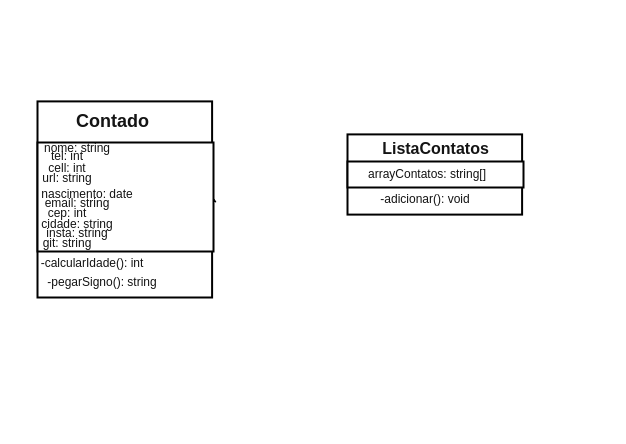
Above: draw.drawio in nathanhalgumacoisa/projetoAgenda (draw.io), before the change. Source tidied: cells renumbered, new cells numbered last; positions are measured from the earlier drawing's top-left corner, leaving out a move shared by most shapes. Both pictures are drawn from the tidied source at 100%, with x=0, y=0 at pixel (17, 17).
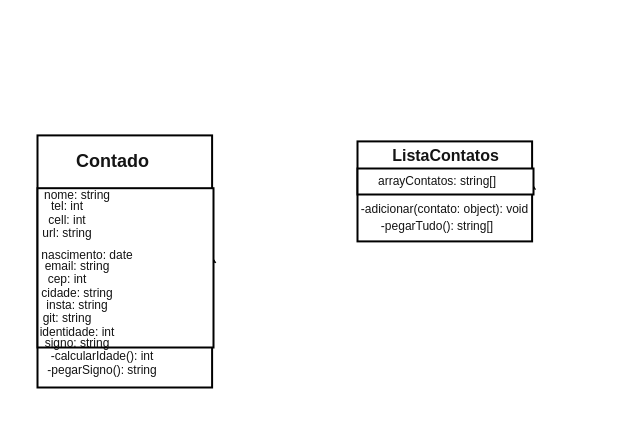
Above is the later version.

The edit, as a diff of the source:
```diff
@@
     <mxCell id="2" style="group;" parent="1" vertex="1">
-      <mxGeometry x="20" width="252" height="280" as="geometry" />
+      <mxGeometry x="20" y="10" width="252" height="400" as="geometry" />
     </mxCell>
     <mxCell id="3" style="edgeStyle=none;html=1;exitX=1;exitY=0.5;exitDx=0;exitDy=0;" parent="2" edge="1" source="4">
       <mxGeometry relative="1" as="geometry">
-        <mxPoint x="173.9" y="177" as="targetPoint" />
+        <mxPoint x="173.9" y="227.5" as="targetPoint" />
       </mxGeometry>
     </mxCell>
     <mxCell id="4" style="rounded=0;whiteSpace=wrap;html=1;fillColor=#FFFFFF;fontColor=#ffffff;strokeColor=#000000;strokeWidth=2;" parent="2" vertex="1">
-      <mxGeometry y="83.9" width="174.6" height="196.1" as="geometry" />
+      <mxGeometry y="107.9" width="174.6" height="252.1" as="geometry" />
     </mxCell>
     <mxCell id="5" style="rounded=0;whiteSpace=wrap;html=1;fillColor=#FFFFFF;fontColor=#ffffff;strokeColor=#000000;strokeWidth=2;" parent="2" vertex="1">
-      <mxGeometry y="125" width="176" height="109" as="geometry" />
+      <mxGeometry y="160.7" width="176" height="159.3" as="geometry" />
     </mxCell>
     <mxCell id="6" value="Contado" style="text;strokeColor=none;fillColor=none;html=1;fontSize=18;fontStyle=1;verticalAlign=middle;align=center;fontColor=#141414;" parent="2" vertex="1">
-      <mxGeometry x="20" y="83.9" width="110" height="41" as="geometry" />
+      <mxGeometry x="20" y="107.9" width="110" height="52.7" as="geometry" />
     </mxCell>
     <mxCell id="7" value="nome: string" style="text;html=1;strokeColor=none;fillColor=none;align=center;verticalAlign=middle;whiteSpace=wrap;rounded=0;fontSize=12;fontColor=#141414;" parent="2" vertex="1">
-      <mxGeometry x="-10" y="110" width="100" height="41" as="geometry" />
+      <mxGeometry x="-10" y="141.4" width="100" height="52.7" as="geometry" />
     </mxCell>
     <mxCell id="8" value="tel: int" style="text;html=1;strokeColor=none;fillColor=none;align=center;verticalAlign=middle;whiteSpace=wrap;rounded=0;fontSize=12;fontColor=#141414;" parent="2" vertex="1">
-      <mxGeometry x="-20" y="127.8" width="100" height="23.2" as="geometry" />
+      <mxGeometry x="-20" y="164.3" width="100" height="29.8" as="geometry" />
     </mxCell>
     <mxCell id="9" value="cell: int" style="text;html=1;strokeColor=none;fillColor=none;align=center;verticalAlign=middle;whiteSpace=wrap;rounded=0;fontSize=12;fontColor=#141414;" parent="2" vertex="1">
-      <mxGeometry x="-20" y="130" width="100" height="41" as="geometry" />
+      <mxGeometry x="-20" y="167.1" width="100" height="52.7" as="geometry" />
     </mxCell>
     <mxCell id="10" value="url: string" style="text;html=1;strokeColor=none;fillColor=none;align=center;verticalAlign=middle;whiteSpace=wrap;rounded=0;fontSize=12;fontColor=#141414;" parent="2" vertex="1">
-      <mxGeometry x="-20" y="140" width="100" height="41" as="geometry" />
+      <mxGeometry x="-20" y="180" width="100" height="52.7" as="geometry" />
     </mxCell>
     <mxCell id="11" value="nascimento: date" style="text;html=1;strokeColor=none;fillColor=none;align=center;verticalAlign=middle;whiteSpace=wrap;rounded=0;fontSize=12;fontColor=#141414;" parent="2" vertex="1">
-      <mxGeometry y="162" width="100" height="30" as="geometry" />
+      <mxGeometry y="208.2" width="100" height="38.6" as="geometry" />
     </mxCell>
     <mxCell id="12" value="email: string" style="text;html=1;strokeColor=none;fillColor=none;align=center;verticalAlign=middle;whiteSpace=wrap;rounded=0;fontSize=12;fontColor=#141414;" parent="2" vertex="1">
-      <mxGeometry x="-10" y="171" width="100" height="30" as="geometry" />
+      <mxGeometry x="-10" y="219.9" width="100" height="38.6" as="geometry" />
     </mxCell>
     <mxCell id="13" value="cep: int" style="text;html=1;strokeColor=none;fillColor=none;align=center;verticalAlign=middle;whiteSpace=wrap;rounded=0;fontSize=12;fontColor=#141414;" parent="2" vertex="1">
-      <mxGeometry x="-20" y="181" width="100" height="30" as="geometry" />
+      <mxGeometry x="-20" y="232.7" width="100" height="38.6" as="geometry" />
     </mxCell>
     <mxCell id="14" value="cidade: string" style="text;html=1;strokeColor=none;fillColor=none;align=center;verticalAlign=middle;whiteSpace=wrap;rounded=0;fontSize=12;fontColor=#141414;" parent="2" vertex="1">
-      <mxGeometry x="-10" y="192" width="100" height="30" as="geometry" />
+      <mxGeometry x="-10" y="246.8" width="100" height="38.6" as="geometry" />
     </mxCell>
     <mxCell id="15" value="insta: string" style="text;html=1;strokeColor=none;fillColor=none;align=center;verticalAlign=middle;whiteSpace=wrap;rounded=0;fontSize=12;fontColor=#141414;" parent="2" vertex="1">
-      <mxGeometry x="-10" y="201" width="100" height="30" as="geometry" />
+      <mxGeometry x="-10" y="258.5" width="100" height="38.6" as="geometry" />
     </mxCell>
     <mxCell id="16" value="git: string" style="text;html=1;strokeColor=none;fillColor=none;align=center;verticalAlign=middle;whiteSpace=wrap;rounded=0;fontSize=12;fontColor=#141414;" parent="2" vertex="1">
-      <mxGeometry x="-20" y="211" width="100" height="30" as="geometry" />
+      <mxGeometry x="-20" y="271.3" width="100" height="38.6" as="geometry" />
     </mxCell>
     <mxCell id="17" value="-calcularIdade(): int" style="text;html=1;strokeColor=none;fillColor=none;align=center;verticalAlign=middle;whiteSpace=wrap;rounded=0;fontSize=12;fontColor=#141414;" parent="2" vertex="1">
-      <mxGeometry x="-10" y="231" width="130" height="30" as="geometry" />
+      <mxGeometry y="309.9" width="130" height="38.6" as="geometry" />
     </mxCell>
     <mxCell id="18" value="-pegarSigno(): string" style="text;html=1;strokeColor=none;fillColor=none;align=center;verticalAlign=middle;whiteSpace=wrap;rounded=0;fontSize=12;fontColor=#141414;" parent="2" vertex="1">
-      <mxGeometry y="250" width="130" height="30" as="geometry" />
+      <mxGeometry y="324" width="130" height="38.6" as="geometry" />
     </mxCell>
+    <mxCell id="27" value="identidade: int" style="text;html=1;strokeColor=none;fillColor=none;align=center;verticalAlign=middle;whiteSpace=wrap;rounded=0;fontSize=12;fontColor=#141414;" parent="2" vertex="1">
+      <mxGeometry x="-10" y="285.4" width="100" height="38.6" as="geometry" />
+    </mxCell>
+    <mxCell id="28" value="signo: string" style="text;html=1;strokeColor=none;fillColor=none;align=center;verticalAlign=middle;whiteSpace=wrap;rounded=0;fontSize=12;fontColor=#141414;" parent="2" vertex="1">
+      <mxGeometry x="-10" y="297" width="100" height="38.6" as="geometry" />
+    </mxCell>
     <mxCell id="19" style="group;fontSize=12;fontColor=#141414;" parent="1" vertex="1">
-      <mxGeometry x="330" y="33" width="252" height="248.1" as="geometry" />
+      <mxGeometry x="340" y="40" width="252" height="248.1" as="geometry" />
     </mxCell>
     <mxCell id="20" style="group;fontSize=12;fontColor=#141414;" parent="19" vertex="1">
-      <mxGeometry y="83.9" width="176" height="80.2" as="geometry" />
+      <mxGeometry y="83.9" width="191.5" height="100" as="geometry" />
     </mxCell>
@@
     <mxCell id="22" style="rounded=0;whiteSpace=wrap;html=1;fillColor=#FFFFFF;fontColor=#ffffff;strokeColor=#000000;strokeWidth=2;fontSize=12;" parent="20" vertex="1">
-      <mxGeometry width="174.6" height="80.2" as="geometry" />
+      <mxGeometry width="174.6" height="100" as="geometry" />
     </mxCell>
@@
-    <mxCell id="26" value="-adicionar(): void" style="text;html=1;strokeColor=none;fillColor=none;align=center;verticalAlign=middle;whiteSpace=wrap;rounded=0;fontSize=12;fontColor=#141414;" parent="20" vertex="1">
-      <mxGeometry x="13" y="50.2" width="130" height="30" as="geometry" />
+    <mxCell id="26" value="-pegarTudo(): string[]" style="text;html=1;strokeColor=none;fillColor=none;align=center;verticalAlign=middle;whiteSpace=wrap;rounded=0;fontSize=12;fontColor=#141414;" parent="20" vertex="1">
+      <mxGeometry x="15" y="70" width="130" height="30" as="geometry" />
     </mxCell>
+    <mxCell id="29" value="-adicionar(contato: object): void" style="text;html=1;strokeColor=none;fillColor=none;align=center;verticalAlign=middle;whiteSpace=wrap;rounded=0;fontSize=12;fontColor=#141414;" parent="20" vertex="1">
+      <mxGeometry x="-16.2" y="53.1" width="207" height="30" as="geometry" />
+    </mxCell>
```
